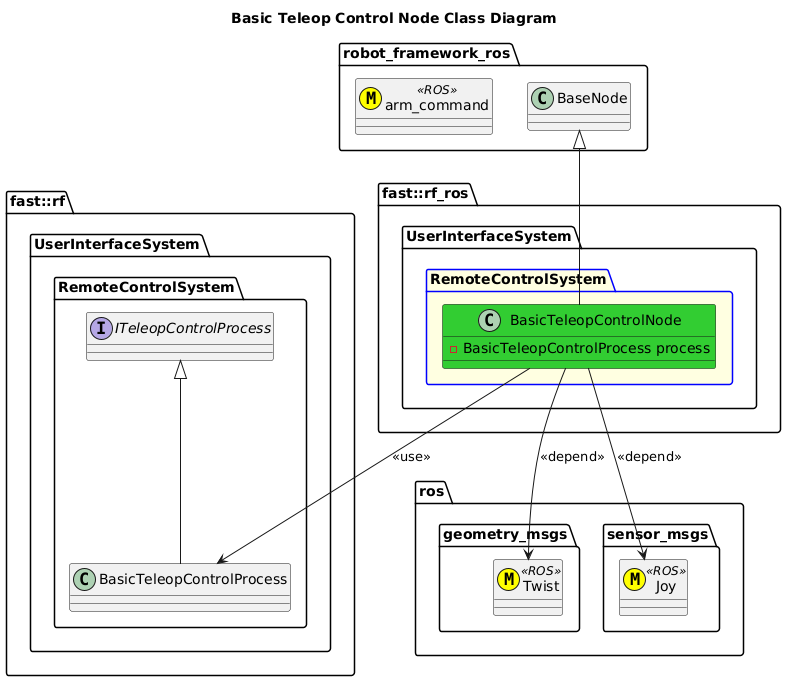
fastrobotics/robot_framework_ros keeps this PlantUML diagram as Systems/UserInterface/Subsystems/RemoteControl/Nodes/TeleopControl/BasicTeleopControlNode/doc/puml/BasicTeleopControlNodeClassDiagram.png. Above is the earlier version.
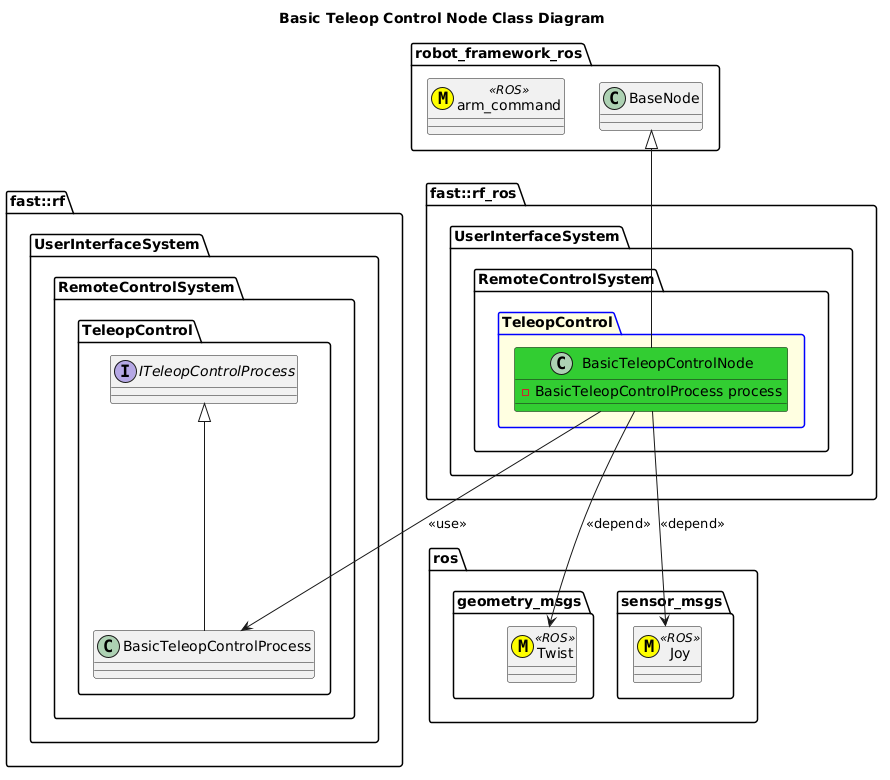
After the change.

What changed in the source:
```diff
@@ -16,22 +16,26 @@
 namespace fast::rf {
     namespace UserInterfaceSystem {
         namespace RemoteControlSystem {
-            interface ITeleopControlProcess
-            class BasicTeleopControlProcess
-            BasicTeleopControlProcess -up-|> ITeleopControlProcess
+            namespace TeleopControl {
+                interface ITeleopControlProcess
+                class BasicTeleopControlProcess
+                BasicTeleopControlProcess -up-|> ITeleopControlProcess
+            }
         }
     }
 }
 namespace fast::rf_ros {
    namespace UserInterfaceSystem {
-        package RemoteControlSystem #LightYellow;line:blue {
-            class BasicTeleopControlNode #LimeGreen {
-                -BasicTeleopControlProcess process
+        namespace RemoteControlSystem {
+            package TeleopControl #LightYellow;line:blue {
+                class BasicTeleopControlNode #LimeGreen {
+                    -BasicTeleopControlProcess process
+                }
+                BasicTeleopControlNode -up-|> BaseNode
+                BasicTeleopControlNode --> BasicTeleopControlProcess: <<use>>
+                BasicTeleopControlNode --> Twist: <<depend>>
+                BasicTeleopControlNode --> Joy: <<depend>>
             }
-            BasicTeleopControlNode -up-|> BaseNode
-            BasicTeleopControlNode --> BasicTeleopControlProcess: <<use>>
-            BasicTeleopControlNode --> Twist: <<depend>>
-            BasicTeleopControlNode --> Joy: <<depend>>
         }
     }
 }
```
